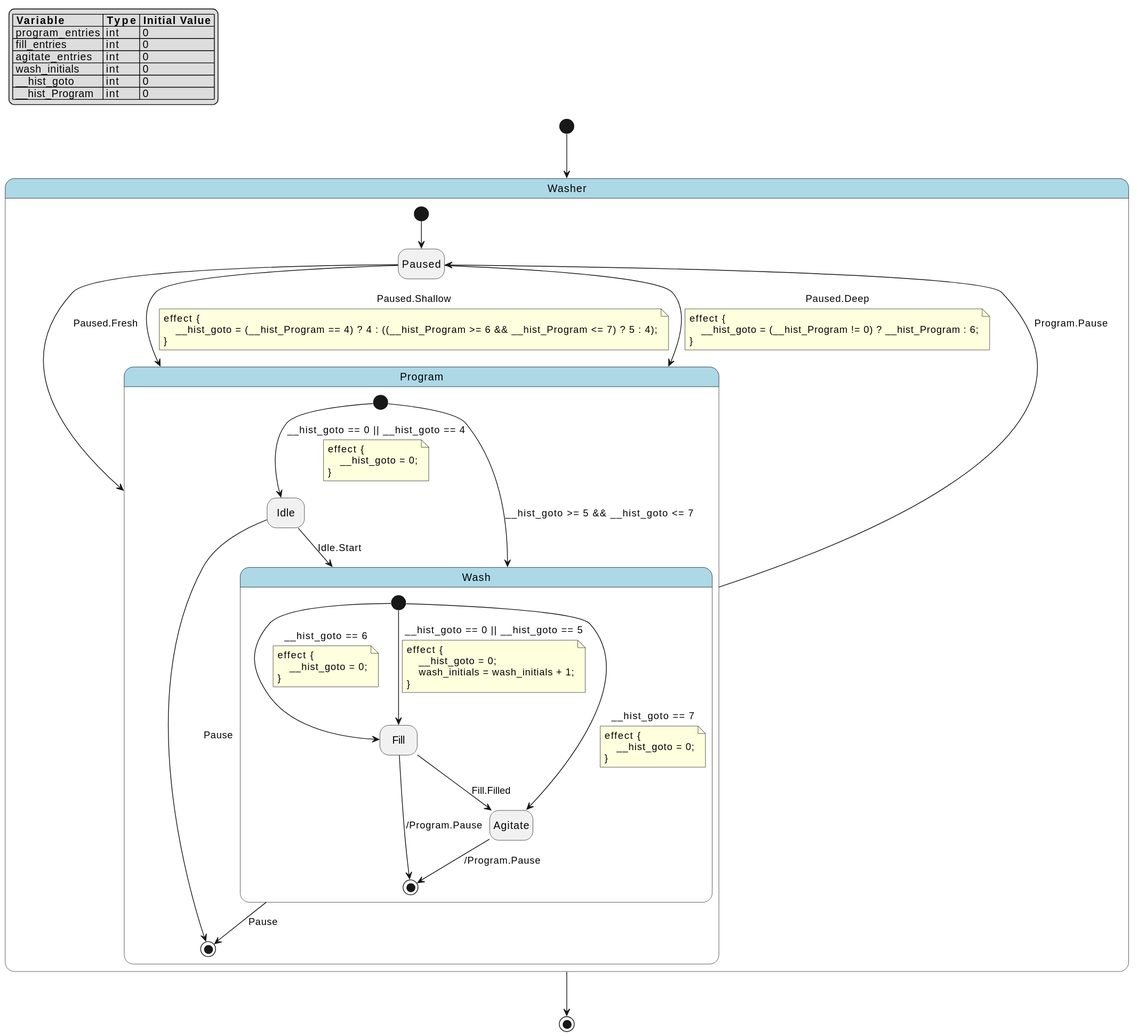
HansBug/pyfcstm keeps this PlantUML diagram as docs/source/tutorials/dsl/history_washer.fcstm.puml.svg. Above is the earlier version.
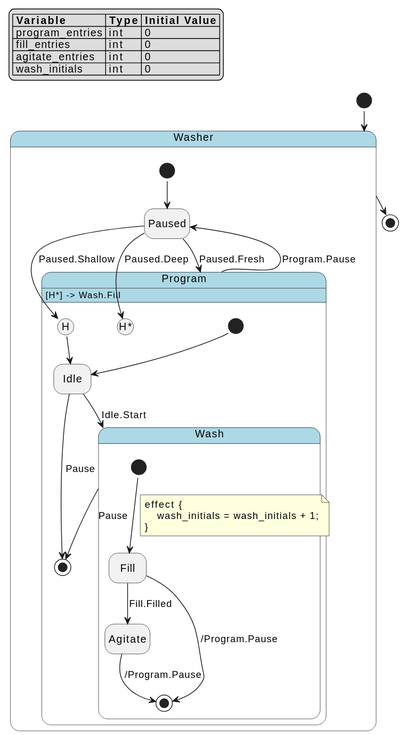
Above is the later version.

Commit message:
feat(model,diagram): draw history as written

Change to the diagram source:
```diff
@@ -1,4 +1,5 @@
 @startuml
+!pragma layout smetana
 hide empty description
 
 skinparam state {
@@ -14,8 +15,6 @@
 | fill_entries | int | 0 |
 | agitate_entries | int | 0 |
 | wash_initials | int | 0 |
-| ~__hist_goto | int | 0 |
-| ~__hist_Program | int | 0 |
 endlegend
 
 state "Washer" as washer <<composite>> {
@@ -25,55 +24,28 @@
         state "Wash" as washer__program__wash <<composite>> {
             state "Fill" as washer__program__wash__fill
             state "Agitate" as washer__program__wash__agitate
-            [*] --> washer__program__wash__fill : __hist_goto == 6
+            washer__program__wash__fill --> [*] : /Program.Pause
+            washer__program__wash__agitate --> [*] : /Program.Pause
+            [*] --> washer__program__wash__fill
             note on link
             effect {
-                ~__hist_goto = 0;
-            }
-            end note
-            [*] --> washer__program__wash__agitate : __hist_goto == 7
-            note on link
-            effect {
-                ~__hist_goto = 0;
-            }
-            end note
-            washer__program__wash__fill --> [*] : /Program.Pause
-            washer__program__wash__agitate --> [*] : /Program.Pause
-            [*] --> washer__program__wash__fill : __hist_goto == 0 || __hist_goto == 5
-            note on link
-            effect {
-                ~__hist_goto = 0;
                 wash_initials = wash_initials + 1;
             }
             end note
             washer__program__wash__fill --> washer__program__wash__agitate : Fill.Filled
         }
-        [*] --> washer__program__wash : __hist_goto >= 5 && __hist_goto <= 7
         washer__program__idle --> [*] : Pause
         washer__program__wash --> [*] : Pause
-        [*] --> washer__program__idle : __hist_goto == 0 || __hist_goto == 4
-        note on link
-        effect {
-            ~__hist_goto = 0;
-        }
-        end note
+        [*] --> washer__program__idle
         washer__program__idle --> washer__program__wash : Idle.Start
+        [H] --> washer__program__idle
     }
+    washer__program : [H*] -> Wash.Fill
     washer__program --> washer__paused : Program.Pause
     [*] --> washer__paused
     washer__paused --> washer__program : Paused.Fresh
-    washer__paused --> washer__program : Paused.Shallow
-    note on link
-    effect {
-        ~__hist_goto = (~__hist_Program == 4) ? 4 : ((~__hist_Program >= 6 && ~__hist_Program <= 7) ? 5 : 4);
-    }
-    end note
-    washer__paused --> washer__program : Paused.Deep
-    note on link
-    effect {
-        ~__hist_goto = (~__hist_Program != 0) ? ~__hist_Program : 6;
-    }
-    end note
+    washer__paused --> washer__program[H] : Paused.Shallow
+    washer__paused --> washer__program[H*] : Paused.Deep
 }
 [*] --> washer
 washer --> [*]
```
